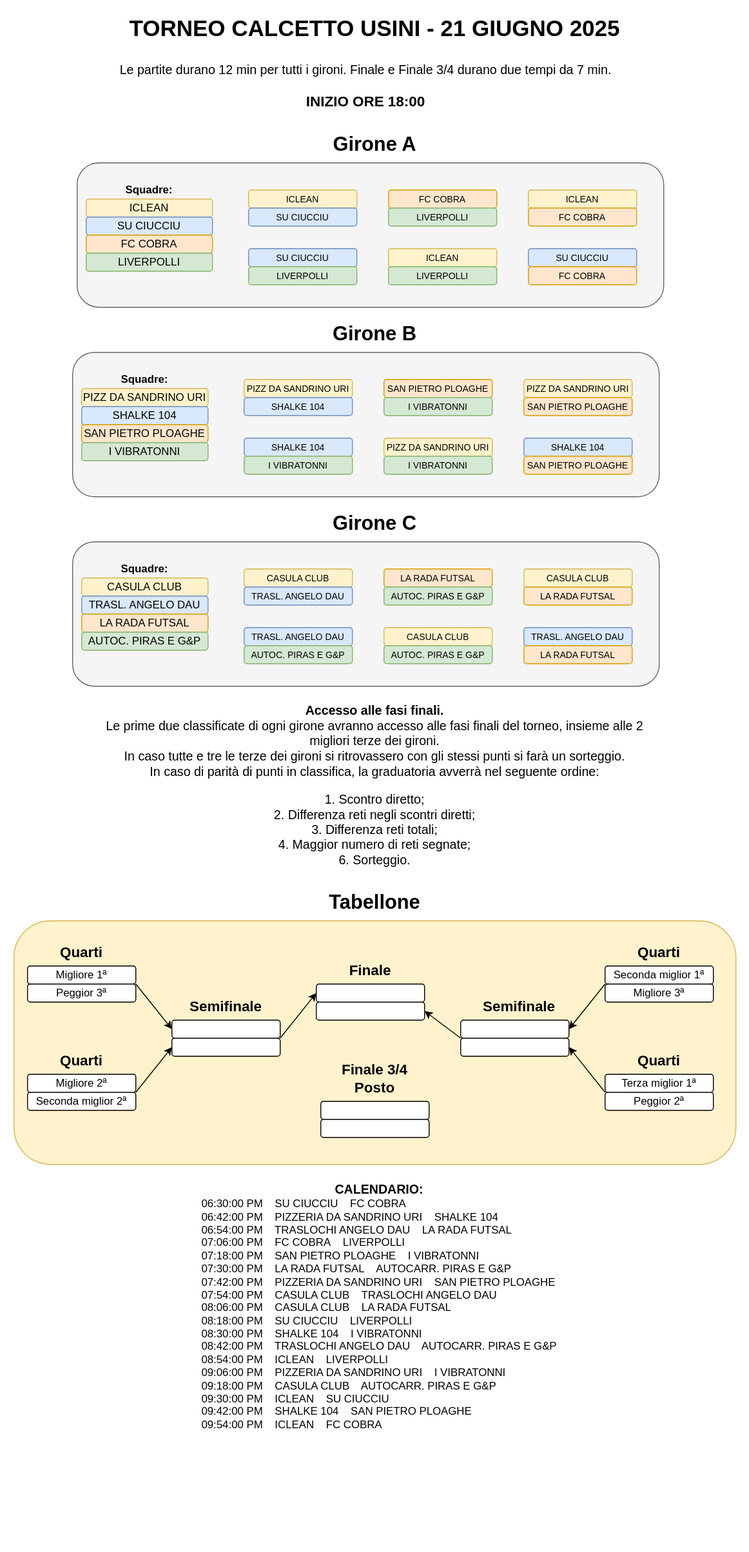
Above: torneo-calcetto-2025/tabellone.svg in cscalaresu/tornei (draw.io), before the change. Source tidied: cells renumbered, new cells last; positions are measured from the earlier drawing's top-left corner, leaving out a move shared by most shapes.
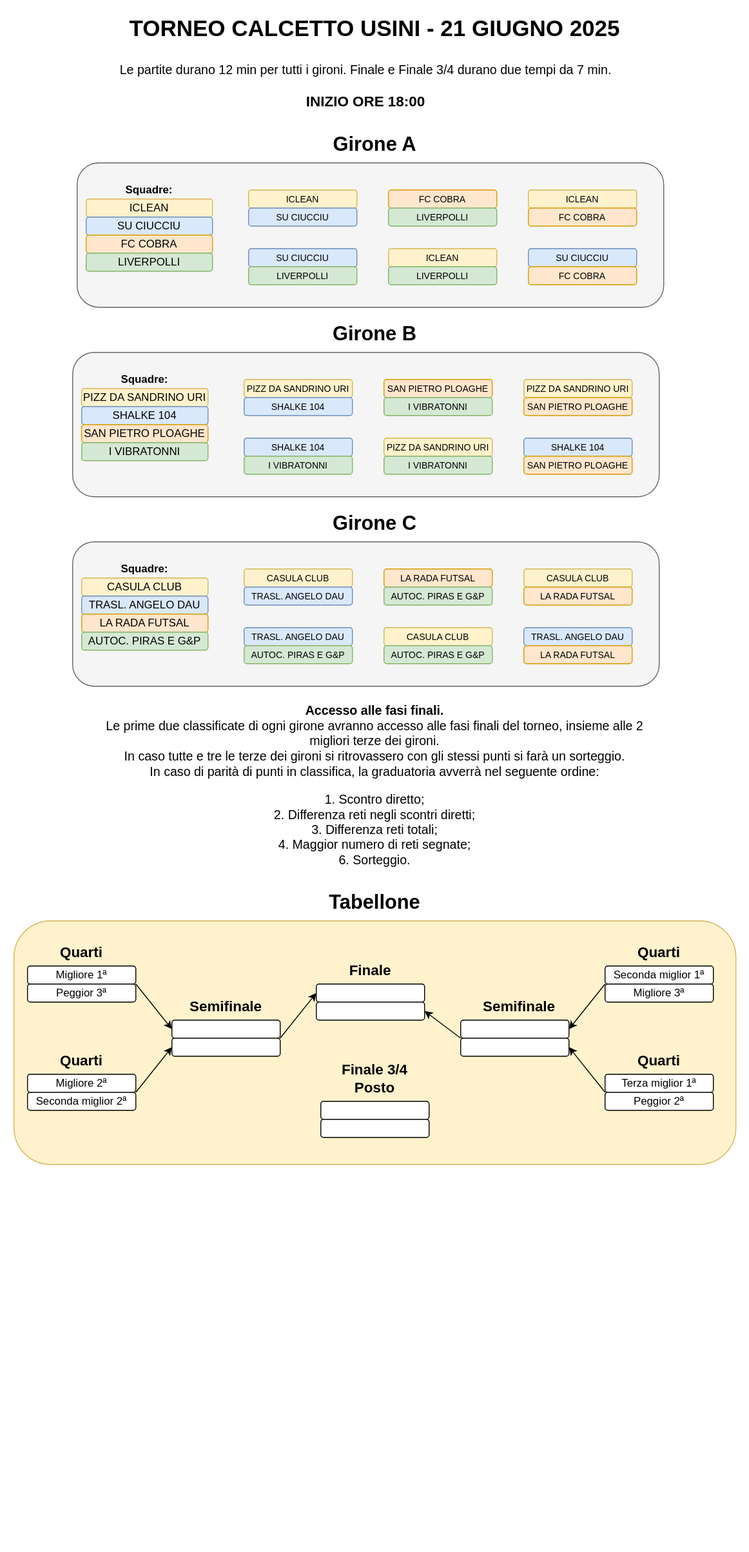
The same file after the commit.

The edit, as a diff of the source:
```diff
@@ -281,8 +281,5 @@
     <mxCell id="94" value="&lt;b&gt;Squadre:&lt;/b&gt;" style="text;html=1;align=center;verticalAlign=middle;whiteSpace=wrap;rounded=0;" parent="1" vertex="1">
       <mxGeometry x="110" y="200" width="110" height="20" as="geometry" />
     </mxCell>
-    <mxCell id="95" value="&lt;div align=&quot;center&quot;&gt;&lt;font style=&quot;font-size: 14px;&quot;&gt;&lt;b&gt;CALENDARIO:&lt;/b&gt;&lt;/font&gt;&lt;/div&gt;&lt;div align=&quot;left&quot;&gt;06:30:00 PM&amp;nbsp; &amp;nbsp; SU CIUCCIU&amp;nbsp; &amp;nbsp; FC COBRA&lt;br&gt;06:42:00 PM&amp;nbsp; &amp;nbsp; PIZZERIA DA SANDRINO URI&amp;nbsp; &amp;nbsp; SHALKE 104&lt;br&gt;06:54:00 PM&amp;nbsp; &amp;nbsp; TRASLOCHI ANGELO DAU&amp;nbsp; &amp;nbsp; LA RADA FUTSAL&lt;br&gt;07:06:00 PM&amp;nbsp; &amp;nbsp; FC COBRA&amp;nbsp; &amp;nbsp; LIVERPOLLI&lt;br&gt;07:18:00 PM&amp;nbsp; &amp;nbsp; SAN PIETRO PLOAGHE&amp;nbsp; &amp;nbsp; I VIBRATONNI&lt;br&gt;07:30:00 PM&amp;nbsp; &amp;nbsp; LA RADA FUTSAL&amp;nbsp; &amp;nbsp; AUTOCARR. PIRAS E G&amp;amp;P&lt;br&gt;07:42:00 PM&amp;nbsp; &amp;nbsp; PIZZERIA DA SANDRINO URI&amp;nbsp; &amp;nbsp; SAN PIETRO PLOAGHE&lt;br&gt;07:54:00 PM&amp;nbsp; &amp;nbsp; CASULA CLUB&amp;nbsp; &amp;nbsp; TRASLOCHI ANGELO DAU&lt;br&gt;08:06:00 PM&amp;nbsp; &amp;nbsp; CASULA CLUB&amp;nbsp; &amp;nbsp; LA RADA FUTSAL&lt;br&gt;08:18:00 PM&amp;nbsp; &amp;nbsp; SU CIUCCIU&amp;nbsp; &amp;nbsp; LIVERPOLLI&lt;br&gt;08:30:00 PM&amp;nbsp; &amp;nbsp; SHALKE 104&amp;nbsp; &amp;nbsp; I VIBRATONNI&lt;br&gt;08:42:00 PM&amp;nbsp; &amp;nbsp; TRASLOCHI ANGELO DAU&amp;nbsp; &amp;nbsp; AUTOCARR. PIRAS E G&amp;amp;P&lt;br&gt;08:54:00 PM&amp;nbsp; &amp;nbsp; ICLEAN&amp;nbsp; &amp;nbsp; LIVERPOLLI&lt;br&gt;09:06:00 PM&amp;nbsp; &amp;nbsp; PIZZERIA DA SANDRINO URI&amp;nbsp; &amp;nbsp; I VIBRATONNI&lt;br&gt;09:18:00 PM&amp;nbsp; &amp;nbsp; CASULA CLUB&amp;nbsp; &amp;nbsp; AUTOCARR. PIRAS E G&amp;amp;P&lt;br&gt;09:30:00 PM&amp;nbsp; &amp;nbsp; ICLEAN&amp;nbsp; &amp;nbsp; SU CIUCCIU&lt;br&gt;09:42:00 PM&amp;nbsp; &amp;nbsp; SHALKE 104&amp;nbsp; &amp;nbsp; SAN PIETRO PLOAGHE&lt;br&gt;09:54:00 PM&amp;nbsp; &amp;nbsp; ICLEAN&amp;nbsp; &amp;nbsp; FC COBRA&lt;br&gt;&lt;/div&gt;&lt;div align=&quot;left&quot;&gt;&lt;br&gt;&lt;/div&gt;" style="text;html=1;align=center;verticalAlign=middle;whiteSpace=wrap;rounded=0;" parent="1" vertex="1">
-      <mxGeometry x="20" y="1310" width="800" height="290" as="geometry" />
-    </mxCell>
   </root>
 </mxGraphModel>
```
